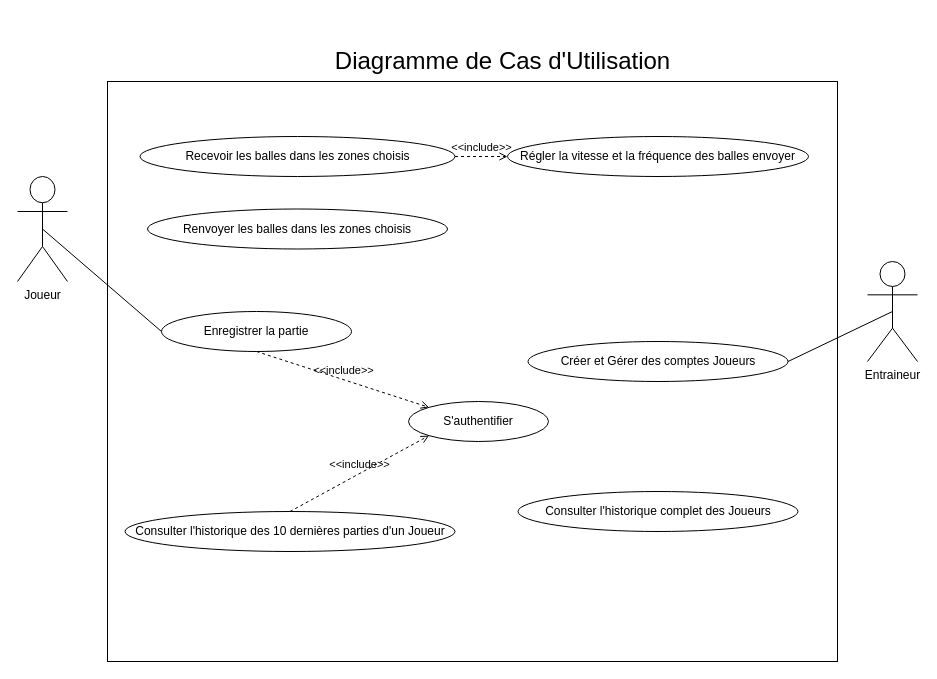
Earlier version of the draw.io diagram Diagramme de CU.drawio (Hazim-AS/SensorPong). Source tidied: cells renumbered, new cells numbered last; positions are measured from the earlier drawing's top-left corner, leaving out a move shared by most shapes. Both pictures are drawn from the tidied source at 100%, with x=0, y=0 at pixel (17, 51).
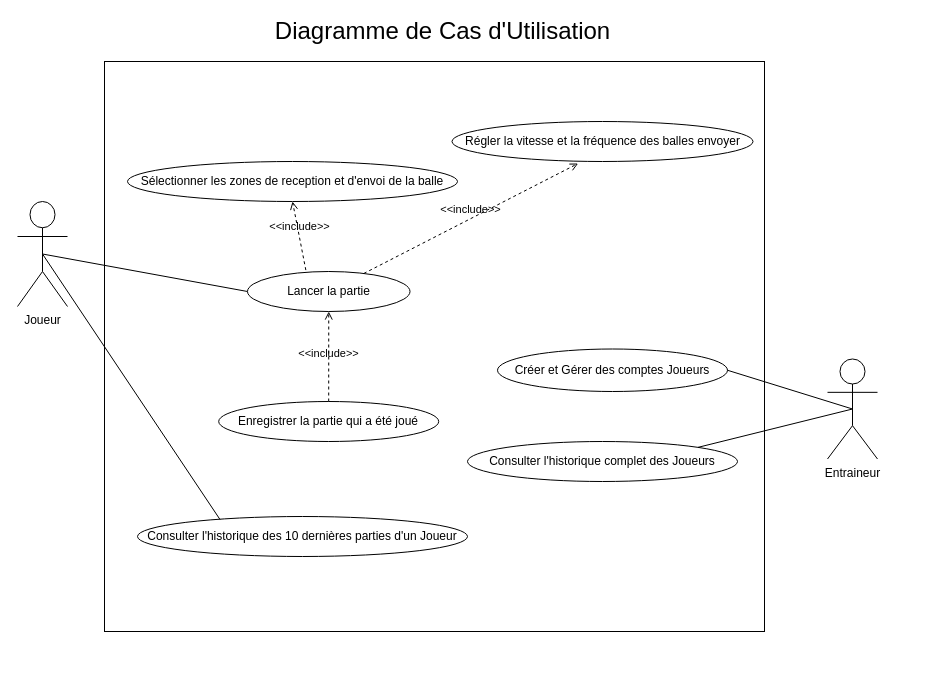
After the change.

Diff of the diagram source:
```diff
@@
     <mxCell id="2" style="rounded=0;whiteSpace=wrap;html=1;" parent="1" vertex="1">
-      <mxGeometry x="90" y="30" width="730" height="580" as="geometry" />
+      <mxGeometry x="87" y="10" width="660" height="570" as="geometry" />
     </mxCell>
     <mxCell id="3" value="Entraineur" style="shape=umlActor;verticalLabelPosition=bottom;verticalAlign=top;html=1;outlineConnect=0;" parent="1" vertex="1">
-      <mxGeometry x="850" y="210" width="50" height="100" as="geometry" />
+      <mxGeometry x="810" y="307.5" width="50" height="100" as="geometry" />
     </mxCell>
     <mxCell id="4" value="Créer et Gérer des comptes Joueurs" style="ellipse;whiteSpace=wrap;html=1;" parent="1" vertex="1">
-      <mxGeometry x="510.5" y="290" width="260" height="40" as="geometry" />
+      <mxGeometry x="480" y="297.5" width="230" height="42.5" as="geometry" />
     </mxCell>
     <mxCell id="5" value="Joueur&lt;br&gt;" style="shape=umlActor;verticalLabelPosition=bottom;verticalAlign=top;html=1;outlineConnect=0;" parent="1" vertex="1">
-      <mxGeometry y="125" width="50" height="105" as="geometry" />
+      <mxGeometry y="150" width="50" height="105" as="geometry" />
     </mxCell>
     <mxCell id="6" value="Régler la vitesse et la fréquence des balles envoyer" style="ellipse;whiteSpace=wrap;html=1;" parent="1" vertex="1">
-      <mxGeometry x="490" y="85" width="301" height="40" as="geometry" />
+      <mxGeometry x="434.5" y="70" width="301" height="40" as="geometry" />
     </mxCell>
-    <mxCell id="7" value="Recevoir les balles dans les zones choisis" style="ellipse;whiteSpace=wrap;html=1;" parent="1" vertex="1">
-      <mxGeometry x="122.5" y="85" width="315" height="40" as="geometry" />
+    <mxCell id="7" value="Sélectionner les zones de reception et d'envoi de la balle" style="ellipse;whiteSpace=wrap;html=1;" parent="1" vertex="1">
+      <mxGeometry x="110" y="110" width="330" height="40" as="geometry" />
     </mxCell>
-    <mxCell id="8" value="Renvoyer les balles dans les zones choisis" style="ellipse;whiteSpace=wrap;html=1;" parent="1" vertex="1">
-      <mxGeometry x="130" y="157.5" width="300" height="40" as="geometry" />
-    </mxCell>
-    <mxCell id="9" value="&amp;lt;&amp;lt;include&amp;gt;&amp;gt;" style="html=1;verticalAlign=bottom;labelBackgroundColor=none;endArrow=open;endFill=0;dashed=1;rounded=0;exitX=1;exitY=0.5;exitDx=0;exitDy=0;entryX=0;entryY=0.5;entryDx=0;entryDy=0;" parent="1" edge="1" source="7" target="6">
-      <mxGeometry relative="1" as="geometry" />
-    </mxCell>
-    <mxCell id="10" value="Enregistrer la partie" style="ellipse;whiteSpace=wrap;html=1;" parent="1" vertex="1">
-      <mxGeometry x="144" y="260" width="190" height="40" as="geometry" />
+    <mxCell id="10" value="Enregistrer la partie qui a été joué" style="ellipse;whiteSpace=wrap;html=1;" parent="1" vertex="1">
+      <mxGeometry x="201.2" y="350" width="220" height="40" as="geometry" />
     </mxCell>
-    <mxCell id="11" value="S'authentifier" style="ellipse;whiteSpace=wrap;html=1;" parent="1" vertex="1">
-      <mxGeometry x="391" y="350" width="140" height="40" as="geometry" />
-    </mxCell>
     <mxCell id="12" value="Consulter&amp;nbsp;l'historique complet des Joueurs" style="ellipse;whiteSpace=wrap;html=1;" parent="1" vertex="1">
-      <mxGeometry x="500.5" y="440" width="280" height="40" as="geometry" />
+      <mxGeometry x="450" y="390" width="270" height="40" as="geometry" />
     </mxCell>
     <mxCell id="13" value="Consulter&amp;nbsp;l'historique des 10 dernières parties d'un Joueur" style="ellipse;whiteSpace=wrap;html=1;" parent="1" vertex="1">
-      <mxGeometry x="107.5" y="460" width="330" height="40" as="geometry" />
+      <mxGeometry x="120" y="465" width="330" height="40" as="geometry" />
     </mxCell>
@@
-    <mxCell id="15" value="&amp;lt;&amp;lt;include&amp;gt;&amp;gt;" style="html=1;verticalAlign=bottom;labelBackgroundColor=none;endArrow=open;endFill=0;dashed=1;rounded=0;exitX=0.5;exitY=1;exitDx=0;exitDy=0;entryX=0;entryY=0;entryDx=0;entryDy=0;" parent="1" edge="1" source="10" target="11">
-      <mxGeometry relative="1" as="geometry" />
-    </mxCell>
-    <mxCell id="16" value="&amp;lt;&amp;lt;include&amp;gt;&amp;gt;" style="html=1;verticalAlign=bottom;labelBackgroundColor=none;endArrow=open;endFill=0;dashed=1;rounded=0;exitX=0.5;exitY=0;exitDx=0;exitDy=0;entryX=0;entryY=1;entryDx=0;entryDy=0;" parent="1" edge="1" source="13" target="11">
-      <mxGeometry relative="1" as="geometry" />
-    </mxCell>
@@
     <mxCell id="18" value="&lt;font style=&quot;font-size: 24px&quot;&gt;Diagramme de Cas d'Utilisation&lt;/font&gt;" style="text;html=1;align=center;verticalAlign=middle;fillColor=none;strokeColor=none;rounded=0;" parent="1" vertex="1">
-      <mxGeometry x="310" width="350" height="20" as="geometry" />
+      <mxGeometry x="250" y="-30" width="350" height="20" as="geometry" />
     </mxCell>
-    <mxCell id="19" style="endArrow=none;html=1;rounded=0;entryX=0.5;entryY=0.5;entryDx=0;entryDy=0;entryPerimeter=0;exitX=0;exitY=0.5;exitDx=0;exitDy=0;" parent="1" edge="1" source="10" target="5">
-      <mxGeometry relative="1" as="geometry" />
-    </mxCell>
+    <mxCell id="20" style="endArrow=none;html=1;rounded=0;entryX=0.5;entryY=0.5;entryDx=0;entryDy=0;entryPerimeter=0;exitX=0.25;exitY=0.075;exitDx=0;exitDy=0;exitPerimeter=0;" parent="1" edge="1" source="13" target="5">
+      <mxGeometry relative="1" as="geometry" />
+    </mxCell>
+    <mxCell id="21" style="endArrow=none;html=1;rounded=0;entryX=1;entryY=0;entryDx=0;entryDy=0;exitX=0.5;exitY=0.5;exitDx=0;exitDy=0;exitPerimeter=0;" parent="1" edge="1" source="3" target="12">
+      <mxGeometry relative="1" as="geometry" />
+    </mxCell>
+    <mxCell id="22" style="endArrow=none;html=1;rounded=0;entryX=0;entryY=0.5;entryDx=0;entryDy=0;exitX=0.5;exitY=0.5;exitDx=0;exitDy=0;exitPerimeter=0;" parent="1" edge="1" source="5" target="24">
+      <mxGeometry relative="1" as="geometry" />
+    </mxCell>
+    <mxCell id="23" value="&amp;lt;&amp;lt;include&amp;gt;&amp;gt;" style="html=1;verticalAlign=bottom;labelBackgroundColor=none;endArrow=open;endFill=0;dashed=1;rounded=0;entryX=0.5;entryY=1;entryDx=0;entryDy=0;exitX=0.359;exitY=-0.035;exitDx=0;exitDy=0;exitPerimeter=0;" parent="1" edge="1" source="24" target="7">
+      <mxGeometry relative="1" as="geometry" />
+    </mxCell>
+    <mxCell id="24" value="Lancer la partie" style="ellipse;whiteSpace=wrap;html=1;" parent="1" vertex="1">
+      <mxGeometry x="230" y="220" width="162.5" height="40" as="geometry" />
+    </mxCell>
+    <mxCell id="25" value="&amp;lt;&amp;lt;include&amp;gt;&amp;gt;" style="html=1;verticalAlign=bottom;labelBackgroundColor=none;endArrow=open;endFill=0;dashed=1;rounded=0;entryX=0.419;entryY=1.05;entryDx=0;entryDy=0;entryPerimeter=0;" parent="1" edge="1" source="24" target="6">
+      <mxGeometry relative="1" as="geometry" />
+    </mxCell>
+    <mxCell id="26" value="&amp;lt;&amp;lt;include&amp;gt;&amp;gt;" style="html=1;verticalAlign=bottom;labelBackgroundColor=none;endArrow=open;endFill=0;dashed=1;rounded=0;exitX=0.5;exitY=0;exitDx=0;exitDy=0;entryX=0.5;entryY=1;entryDx=0;entryDy=0;" parent="1" edge="1" source="10" target="24">
+      <mxGeometry x="-0.14" relative="1" as="geometry" />
+    </mxCell>
```
